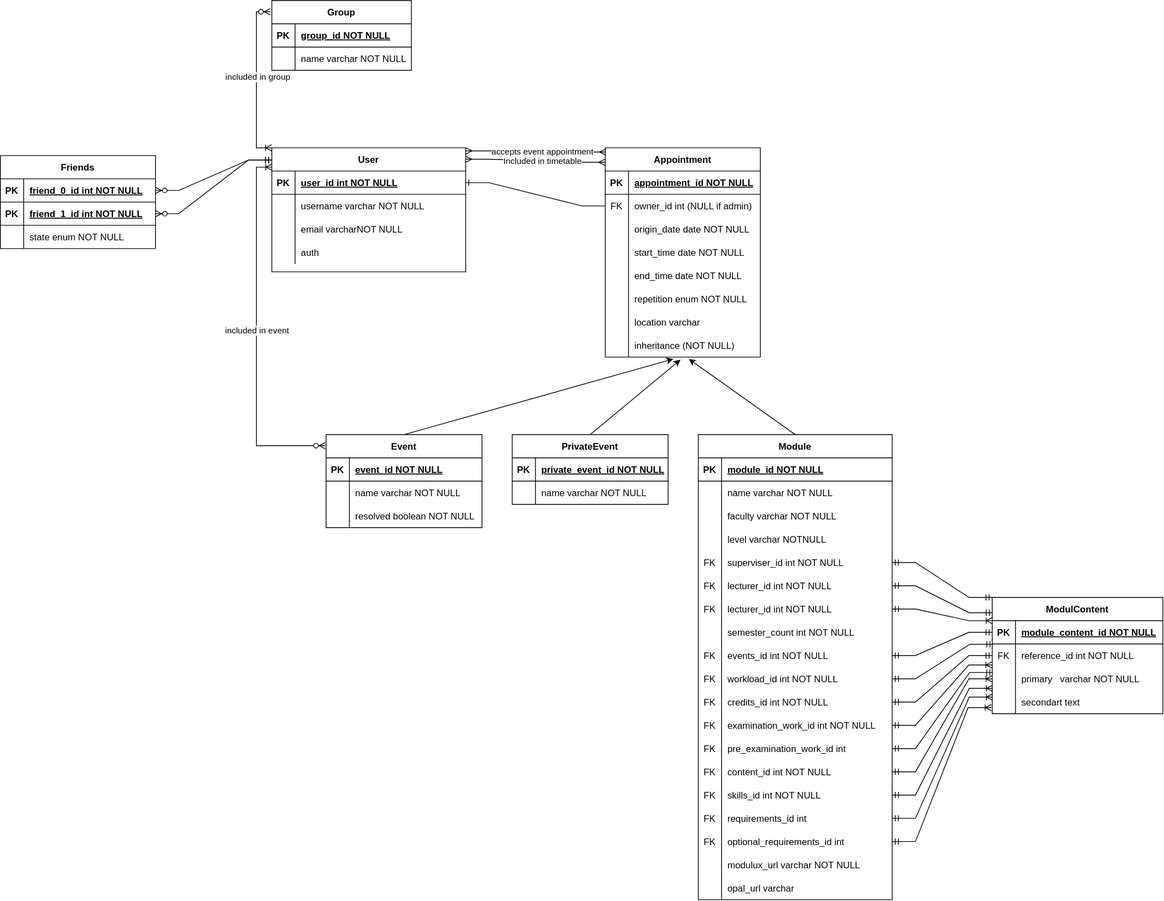
Above: database/htw-multiplaner_erm.drawio.svg in aHilsberg/HTW-Multiplaner (draw.io), before the change. Source tidied: cells renumbered, new cells last; positions are measured from the earlier drawing's top-left corner, leaving out a move shared by most shapes.
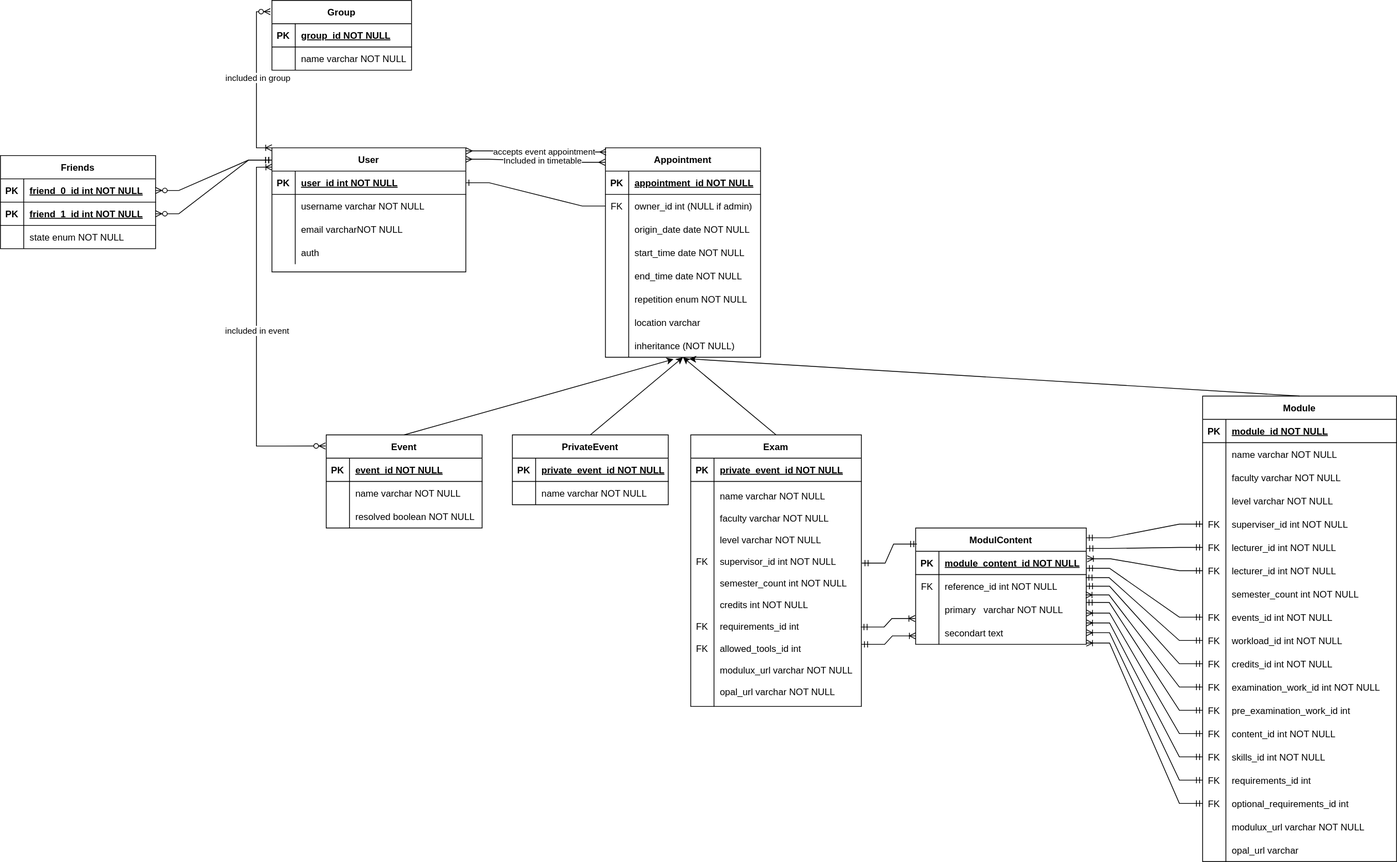
The same diagram one commit later.

Commit message:
update htw-multiplaner_erm: added exams

What changed in the source:
```diff
@@ -42,7 +42,7 @@
       <mxGeometry x="30" width="220" height="30" as="geometry" />
     </mxCell>
     <mxCell id="15" value="Module" style="shape=table;startSize=30;rowLines=0;fontStyle=1;align=center;" parent="1" vertex="1">
-      <mxGeometry x="900" y="560" width="250" height="600" as="geometry" />
+      <mxGeometry x="1550" y="510" width="250" height="600" as="geometry" />
     </mxCell>
     <mxCell id="16" style="shape=tableRow;horizontal=0;startSize=0;swimlaneHead=0;swimlaneBody=0;fillColor=none;top=0;left=0;right=0;bottom=1;" parent="15" vertex="1">
       <mxGeometry y="30" width="250" height="30" as="geometry" />
@@ -77,7 +77,7 @@
     <mxCell id="26" style="shape=partialRectangle;fillColor=none;top=0;left=0;bottom=0;right=0;overflow=hidden;" parent="25" vertex="1">
       <mxGeometry width="30" height="30" as="geometry" />
     </mxCell>
-    <mxCell id="27" value="level varchar NOTNULL" style="shape=partialRectangle;fillColor=none;top=0;left=0;bottom=0;right=0;align=left;spacingLeft=6;overflow=hidden;" parent="25" vertex="1">
+    <mxCell id="27" value="level varchar NOT NULL" style="shape=partialRectangle;fillColor=none;top=0;left=0;bottom=0;right=0;align=left;spacingLeft=6;overflow=hidden;" parent="25" vertex="1">
       <mxGeometry x="30" width="220" height="30" as="geometry" />
     </mxCell>
     <mxCell id="28" style="shape=tableRow;horizontal=0;startSize=0;swimlaneHead=0;swimlaneBody=0;fillColor=none;points=[[0,0.5],[1,0.5]];portConstraint=eastwest;top=0;left=0;right=0;bottom=0;" parent="15" vertex="1">
@@ -216,7 +216,7 @@
       <mxGeometry x="30" width="220" height="30" as="geometry" />
     </mxCell>
     <mxCell id="73" value="ModulContent" style="shape=table;startSize=30;rowLines=0;fontStyle=1;align=center;" parent="1" vertex="1">
-      <mxGeometry x="1279" y="770" width="220" height="150" as="geometry" />
+      <mxGeometry x="1180" y="680" width="220" height="150" as="geometry" />
     </mxCell>
     <mxCell id="74" style="shape=tableRow;horizontal=0;startSize=0;swimlaneHead=0;swimlaneBody=0;fillColor=none;points=[[0,0.5],[1,0.5]];portConstraint=eastwest;top=0;left=0;right=0;bottom=1;" parent="73" vertex="1">
       <mxGeometry y="30" width="220" height="30" as="geometry" />
@@ -254,40 +254,40 @@
     <mxCell id="85" value="secondart text" style="shape=partialRectangle;fillColor=none;top=0;left=0;bottom=0;right=0;align=left;spacingLeft=6;overflow=hidden;" parent="83" vertex="1">
       <mxGeometry x="30" width="190" height="30" as="geometry" />
     </mxCell>
-    <mxCell id="86" style="edgeStyle=entityRelationEdgeStyle;fontSize=12;html=1;endArrow=ERmandOne;startArrow=ERmandOne;rounded=0;exitX=1;exitY=0.5;exitDx=0;exitDy=0;entryX=0;entryY=0;entryDx=0;entryDy=0;" parent="1" edge="1" source="28" target="73">
+    <mxCell id="86" style="edgeStyle=entityRelationEdgeStyle;fontSize=12;html=1;endArrow=ERmandOne;startArrow=ERmandOne;rounded=0;entryX=0.999;entryY=0.084;entryDx=0;entryDy=0;entryPerimeter=0;" parent="1" edge="1" source="28" target="73">
       <mxGeometry relative="1" as="geometry" />
     </mxCell>
-    <mxCell id="87" style="edgeStyle=entityRelationEdgeStyle;fontSize=12;html=1;endArrow=ERmandOne;startArrow=ERmandOne;rounded=0;exitX=1;exitY=0.5;exitDx=0;exitDy=0;entryX=0.001;entryY=0.132;entryDx=0;entryDy=0;entryPerimeter=0;" parent="1" edge="1" source="31" target="73">
+    <mxCell id="87" style="edgeStyle=entityRelationEdgeStyle;fontSize=12;html=1;endArrow=ERmandOne;startArrow=ERmandOne;rounded=0;exitX=0;exitY=0.5;exitDx=0;exitDy=0;entryX=1.002;entryY=0.176;entryDx=0;entryDy=0;entryPerimeter=0;" parent="1" edge="1" source="31" target="73">
       <mxGeometry relative="1" as="geometry" />
     </mxCell>
-    <mxCell id="88" style="edgeStyle=entityRelationEdgeStyle;fontSize=12;html=1;endArrow=ERoneToMany;startArrow=ERmandOne;rounded=0;exitX=1;exitY=0.5;exitDx=0;exitDy=0;entryX=0.001;entryY=0.002;entryDx=0;entryDy=0;entryPerimeter=0;" parent="1" edge="1" source="34" target="74">
+    <mxCell id="88" style="edgeStyle=entityRelationEdgeStyle;fontSize=12;html=1;endArrow=ERoneToMany;startArrow=ERmandOne;rounded=0;entryX=1.005;entryY=0.322;entryDx=0;entryDy=0;entryPerimeter=0;" parent="1" edge="1" source="34" target="74">
       <mxGeometry relative="1" as="geometry" />
     </mxCell>
-    <mxCell id="89" style="edgeStyle=entityRelationEdgeStyle;fontSize=12;html=1;endArrow=ERmandOne;startArrow=ERmandOne;rounded=0;exitX=1;exitY=0.5;exitDx=0;exitDy=0;entryX=0;entryY=0.5;entryDx=0;entryDy=0;" parent="1" edge="1" source="40" target="74">
+    <mxCell id="89" style="edgeStyle=entityRelationEdgeStyle;fontSize=12;html=1;endArrow=ERmandOne;startArrow=ERmandOne;rounded=0;exitX=0;exitY=0.5;exitDx=0;exitDy=0;entryX=1;entryY=0.733;entryDx=0;entryDy=0;entryPerimeter=0;" parent="1" edge="1" source="40" target="74">
       <mxGeometry relative="1" as="geometry" />
     </mxCell>
-    <mxCell id="90" style="edgeStyle=entityRelationEdgeStyle;fontSize=12;html=1;endArrow=ERmandOne;startArrow=ERmandOne;rounded=0;exitX=1;exitY=0.5;exitDx=0;exitDy=0;entryX=0.005;entryY=0.018;entryDx=0;entryDy=0;entryPerimeter=0;" parent="1" edge="1" source="43" target="77">
+    <mxCell id="90" style="edgeStyle=entityRelationEdgeStyle;fontSize=12;html=1;endArrow=ERmandOne;startArrow=ERmandOne;rounded=0;entryX=0.997;entryY=0.133;entryDx=0;entryDy=0;entryPerimeter=0;" parent="1" edge="1" source="43" target="77">
       <mxGeometry relative="1" as="geometry" />
     </mxCell>
-    <mxCell id="91" style="edgeStyle=entityRelationEdgeStyle;fontSize=12;html=1;endArrow=ERmandOne;startArrow=ERmandOne;rounded=0;exitX=1;exitY=0.5;exitDx=0;exitDy=0;entryX=0;entryY=0.5;entryDx=0;entryDy=0;" parent="1" edge="1" source="46" target="77">
+    <mxCell id="91" style="edgeStyle=entityRelationEdgeStyle;fontSize=12;html=1;endArrow=ERmandOne;startArrow=ERmandOne;rounded=0;entryX=1;entryY=0.5;entryDx=0;entryDy=0;" parent="1" edge="1" source="46" target="77">
       <mxGeometry relative="1" as="geometry" />
     </mxCell>
-    <mxCell id="92" style="edgeStyle=entityRelationEdgeStyle;fontSize=12;html=1;endArrow=ERoneToMany;startArrow=ERmandOne;rounded=0;exitX=1;exitY=0.5;exitDx=0;exitDy=0;entryX=-0.001;entryY=-0.096;entryDx=0;entryDy=0;entryPerimeter=0;" parent="1" edge="1" source="49" target="80">
+    <mxCell id="92" style="edgeStyle=entityRelationEdgeStyle;fontSize=12;html=1;endArrow=ERoneToMany;startArrow=ERmandOne;rounded=0;entryX=0.997;entryY=0.878;entryDx=0;entryDy=0;entryPerimeter=0;" parent="1" edge="1" source="49" target="77">
       <mxGeometry relative="1" as="geometry" />
     </mxCell>
-    <mxCell id="93" style="edgeStyle=entityRelationEdgeStyle;fontSize=12;html=1;endArrow=ERmandOne;startArrow=ERmandOne;rounded=0;exitX=1;exitY=0.5;exitDx=0;exitDy=0;entryX=0.004;entryY=0.23;entryDx=0;entryDy=0;entryPerimeter=0;" parent="1" edge="1" source="52" target="80">
+    <mxCell id="93" style="edgeStyle=entityRelationEdgeStyle;fontSize=12;html=1;endArrow=ERmandOne;startArrow=ERmandOne;rounded=0;entryX=0.998;entryY=0.2;entryDx=0;entryDy=0;entryPerimeter=0;" parent="1" edge="1" source="52" target="80">
       <mxGeometry relative="1" as="geometry" />
     </mxCell>
-    <mxCell id="94" style="edgeStyle=entityRelationEdgeStyle;fontSize=12;html=1;endArrow=ERoneToMany;startArrow=ERmandOne;rounded=0;exitX=1;exitY=0.5;exitDx=0;exitDy=0;entryX=0;entryY=0.5;entryDx=0;entryDy=0;" parent="1" edge="1" source="55" target="80">
+    <mxCell id="94" style="edgeStyle=entityRelationEdgeStyle;fontSize=12;html=1;endArrow=ERoneToMany;startArrow=ERmandOne;rounded=0;entryX=1;entryY=0.656;entryDx=0;entryDy=0;entryPerimeter=0;" parent="1" edge="1" source="55" target="80">
       <mxGeometry relative="1" as="geometry" />
     </mxCell>
-    <mxCell id="95" style="edgeStyle=entityRelationEdgeStyle;fontSize=12;html=1;endArrow=ERoneToMany;startArrow=ERmandOne;rounded=0;exitX=1;exitY=0.5;exitDx=0;exitDy=0;entryX=0.002;entryY=-0.089;entryDx=0;entryDy=0;entryPerimeter=0;" parent="1" edge="1" source="58" target="83">
+    <mxCell id="95" style="edgeStyle=entityRelationEdgeStyle;fontSize=12;html=1;endArrow=ERoneToMany;startArrow=ERmandOne;rounded=0;entryX=1;entryY=0.078;entryDx=0;entryDy=0;entryPerimeter=0;" parent="1" edge="1" source="58" target="83">
       <mxGeometry relative="1" as="geometry" />
     </mxCell>
-    <mxCell id="96" style="edgeStyle=entityRelationEdgeStyle;fontSize=12;html=1;endArrow=ERoneToMany;startArrow=ERmandOne;rounded=0;exitX=1;exitY=0.5;exitDx=0;exitDy=0;entryX=0.002;entryY=0.288;entryDx=0;entryDy=0;entryPerimeter=0;" parent="1" edge="1" source="61" target="83">
+    <mxCell id="96" style="edgeStyle=entityRelationEdgeStyle;fontSize=12;html=1;endArrow=ERoneToMany;startArrow=ERmandOne;rounded=0;entryX=1;entryY=0.5;entryDx=0;entryDy=0;" parent="1" edge="1" source="61" target="83">
       <mxGeometry relative="1" as="geometry" />
     </mxCell>
-    <mxCell id="97" style="edgeStyle=entityRelationEdgeStyle;fontSize=12;html=1;endArrow=ERoneToMany;startArrow=ERmandOne;rounded=0;exitX=1;exitY=0.5;exitDx=0;exitDy=0;entryX=-0.005;entryY=0.739;entryDx=0;entryDy=0;entryPerimeter=0;" parent="1" edge="1" source="64" target="83">
+    <mxCell id="97" style="edgeStyle=entityRelationEdgeStyle;fontSize=12;html=1;endArrow=ERoneToMany;startArrow=ERmandOne;rounded=0;entryX=1;entryY=0.944;entryDx=0;entryDy=0;entryPerimeter=0;" parent="1" edge="1" source="64" target="83">
       <mxGeometry relative="1" as="geometry" />
     </mxCell>
     <mxCell id="98" value="Appointment" style="shape=table;startSize=30;rowLines=0;fontStyle=1;align=center;" parent="1" vertex="1">
@@ -404,8 +404,10 @@
     <mxCell id="135" value="resolved boolean NOT NULL" style="shape=partialRectangle;fillColor=none;top=0;left=0;bottom=0;right=0;align=left;spacingLeft=6;overflow=hidden;" parent="133" vertex="1">
       <mxGeometry x="30" width="171" height="30" as="geometry" />
     </mxCell>
-    <mxCell id="136" style="endArrow=classic;html=1;rounded=0;entryX=0.539;entryY=1.081;entryDx=0;entryDy=0;entryPerimeter=0;exitX=0.5;exitY=0;exitDx=0;exitDy=0;" parent="1" edge="1" source="15" target="120">
-      <mxGeometry relative="1" as="geometry" />
+    <mxCell id="136" style="endArrow=classic;html=1;rounded=0;exitX=0.5;exitY=0;exitDx=0;exitDy=0;" parent="1" edge="1" source="15">
+      <mxGeometry relative="1" as="geometry">
+        <mxPoint x="888" y="462" as="targetPoint" />
+      </mxGeometry>
     </mxCell>
     <mxCell id="137" style="endArrow=classic;html=1;rounded=0;entryX=0.439;entryY=1.081;entryDx=0;entryDy=0;entryPerimeter=0;exitX=0.5;exitY=0;exitDx=0;exitDy=0;" parent="1" edge="1" source="126" target="120">
       <mxGeometry relative="1" as="geometry" />
@@ -431,8 +433,10 @@
     <mxCell id="144" value="name varchar NOT NULL" style="shape=partialRectangle;fillColor=none;top=0;left=0;bottom=0;right=0;align=left;spacingLeft=6;overflow=hidden;" parent="142" vertex="1">
       <mxGeometry x="30" width="171" height="30" as="geometry" />
     </mxCell>
-    <mxCell id="145" style="endArrow=classic;html=1;rounded=0;entryX=0.485;entryY=1.113;entryDx=0;entryDy=0;entryPerimeter=0;exitX=0.5;exitY=0;exitDx=0;exitDy=0;" parent="1" edge="1" source="138" target="120">
-      <mxGeometry relative="1" as="geometry" />
+    <mxCell id="145" style="endArrow=classic;html=1;rounded=0;exitX=0.5;exitY=0;exitDx=0;exitDy=0;" parent="1" edge="1" source="138">
+      <mxGeometry relative="1" as="geometry">
+        <mxPoint x="880" y="460" as="targetPoint" />
+      </mxGeometry>
     </mxCell>
     <mxCell id="146" style="edgeStyle=orthogonalEdgeStyle;fontSize=12;html=1;endArrow=ERoneToMany;startArrow=ERzeroToMany;rounded=0;exitX=-0.005;exitY=0.119;exitDx=0;exitDy=0;exitPerimeter=0;entryX=0.001;entryY=0.156;entryDx=0;entryDy=0;entryPerimeter=0;" parent="1" edge="1" source="126" target="2">
       <mxGeometry relative="1" as="geometry">
@@ -519,5 +523,43 @@
     <mxCell id="170" value="accepts event appointment" style="edgeLabel;html=1;align=center;verticalAlign=middle;" parent="169" vertex="1">
       <mxGeometry x="0.1" y="1" relative="1" as="geometry" />
     </mxCell>
+    <mxCell id="171" value="Exam" style="shape=table;startSize=30;rowLines=0;fontStyle=1;align=center;" parent="1" vertex="1">
+      <mxGeometry x="890" y="560" width="220" height="350" as="geometry" />
+    </mxCell>
+    <mxCell id="172" style="shape=tableRow;horizontal=0;startSize=0;swimlaneHead=0;swimlaneBody=0;fillColor=none;top=0;left=0;right=0;bottom=1;" parent="171" vertex="1">
+      <mxGeometry y="30" width="220" height="30" as="geometry" />
+    </mxCell>
+    <mxCell id="173" value="PK" style="shape=partialRectangle;fillColor=none;top=0;left=0;bottom=0;right=0;fontStyle=1;overflow=hidden;" parent="172" vertex="1">
+      <mxGeometry width="30" height="30" as="geometry" />
+    </mxCell>
+    <mxCell id="174" value="private_event_id NOT NULL" style="shape=partialRectangle;fillColor=none;top=0;left=0;bottom=0;right=0;align=left;spacingLeft=6;fontStyle=5;overflow=hidden;" parent="172" vertex="1">
+      <mxGeometry x="30" width="190" height="30" as="geometry" />
+    </mxCell>
+    <mxCell id="175" style="shape=tableRow;horizontal=0;startSize=0;swimlaneHead=0;swimlaneBody=0;fillColor=none;points=[[0,0.5],[1,0.5]];portConstraint=eastwest;top=0;left=0;right=0;bottom=0;" parent="171" vertex="1">
+      <mxGeometry y="60" width="220" height="290" as="geometry" />
+    </mxCell>
+    <mxCell id="176" value="&#10;&#10;&#10;FK&#10;&#10;&#10;&#10;&#10;&#10;FK&#10;&#10;FK&#10;" style="shape=partialRectangle;fillColor=none;top=0;left=0;bottom=0;right=0;overflow=hidden;" parent="175" vertex="1">
+      <mxGeometry width="30" height="290" as="geometry" />
+    </mxCell>
+    <mxCell id="177" value="name varchar NOT NULL&#10;&#10;faculty varchar NOT NULL&#10;&#10;level varchar NOT NULL&#10;&#10;supervisor_id int NOT NULL&#10;&#10;semester_count int NOT NULL&#10;&#10;credits int NOT NULL&#10;&#10;requirements_id int&#10;&#10;allowed_tools_id int&#10;&#10;modulux_url varchar NOT NULL&#10;&#10;opal_url varchar NOT NULL" style="shape=partialRectangle;fillColor=none;top=0;left=0;bottom=0;right=0;align=left;spacingLeft=6;overflow=hidden;" parent="175" vertex="1">
+      <mxGeometry x="30" width="190" height="290" as="geometry" />
+    </mxCell>
+    <mxCell id="178" style="endArrow=classic;html=1;rounded=0;exitX=0.5;exitY=0;exitDx=0;exitDy=0;" parent="1" edge="1" source="171">
+      <mxGeometry relative="1" as="geometry">
+        <mxPoint x="880" y="460" as="targetPoint" />
+      </mxGeometry>
+    </mxCell>
+    <mxCell id="179" style="edgeStyle=entityRelationEdgeStyle;fontSize=12;html=1;endArrow=ERmandOne;startArrow=ERmandOne;rounded=0;entryX=1.003;entryY=0.363;entryDx=0;entryDy=0;entryPerimeter=0;exitX=0.007;exitY=0.138;exitDx=0;exitDy=0;exitPerimeter=0;" parent="1" edge="1" source="73" target="175">
+      <mxGeometry relative="1" as="geometry" />
+    </mxCell>
+    <mxCell id="180" style="edgeStyle=entityRelationEdgeStyle;fontSize=12;html=1;endArrow=ERoneToMany;startArrow=ERmandOne;rounded=0;entryX=-0.003;entryY=0.89;entryDx=0;entryDy=0;entryPerimeter=0;exitX=0.997;exitY=0.647;exitDx=0;exitDy=0;exitPerimeter=0;" parent="1" edge="1" source="175" target="80">
+      <mxGeometry relative="1" as="geometry" />
+    </mxCell>
+    <mxCell id="181" style="edgeStyle=entityRelationEdgeStyle;fontSize=12;html=1;endArrow=ERoneToMany;startArrow=ERmandOne;rounded=0;entryX=-0.003;entryY=0.89;entryDx=0;entryDy=0;entryPerimeter=0;" parent="1" edge="1">
+      <mxGeometry relative="1" as="geometry">
+        <mxPoint x="1110" y="830" as="sourcePoint" />
+        <mxPoint x="1179.9" y="819.1" as="targetPoint" />
+      </mxGeometry>
+    </mxCell>
   </root>
 </mxGraphModel>
```
